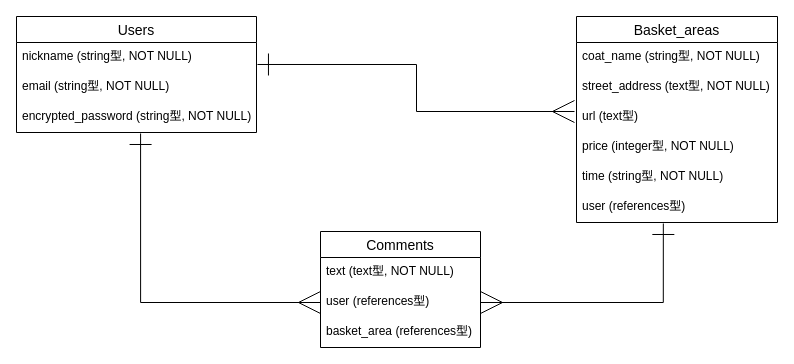
Before: ER.dio in kurage0516/basket-coat-post, a draw.io diagram. Source tidied: cells renumbered, new cells numbered last; positions are measured from the earlier drawing's top-left corner, leaving out a move shared by most shapes. Both pictures are drawn from the tidied source at 100%, with x=0, y=0 at pixel (16, 16).
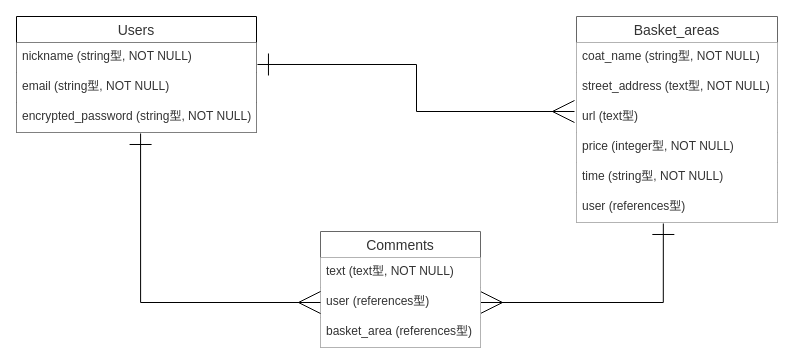
The same page after the edit.

What changed in the source:
```diff
@@
-<mxGraphModel>
+<mxGraphModel background="#ffffff">
   <root>
     <mxCell id="0" />
     <mxCell id="1" parent="0" />
-    <mxCell id="2" style="edgeStyle=orthogonalEdgeStyle;rounded=0;jettySize=auto;html=1;exitX=1.004;exitY=0.733;exitDx=0;exitDy=0;endArrow=ERmany;endFill=0;startArrow=ERone;startFill=0;endSize=20;startSize=20;exitPerimeter=0;entryX=-0.01;entryY=0.3;entryDx=0;entryDy=0;entryPerimeter=0;" parent="1" edge="1" source="4" target="10">
+    <mxCell id="2" style="edgeStyle=orthogonalEdgeStyle;rounded=0;jettySize=auto;html=1;exitX=1.004;exitY=0.733;exitDx=0;exitDy=0;endArrow=ERmany;endFill=0;startArrow=ERone;startFill=0;endSize=20;startSize=20;exitPerimeter=0;entryX=-0.01;entryY=0.3;entryDx=0;entryDy=0;entryPerimeter=0;strokeColor=#000000;" parent="1" edge="1" source="4" target="10">
       <mxGeometry relative="1" as="geometry" />
     </mxCell>
-    <mxCell id="3" value="Users" style="swimlane;fontStyle=0;horizontal=1;startSize=26;align=center;fontSize=14;" parent="1" vertex="1">
+    <mxCell id="3" value="Users" style="swimlane;fontStyle=0;horizontal=1;startSize=26;align=center;fontSize=14;fontColor=#333333;strokeColor=#000000;fillColor=#FFFFFF;" parent="1" vertex="1">
       <mxGeometry width="240" height="116" as="geometry" />
     </mxCell>
-    <mxCell id="4" value="nickname (string型, NOT NULL)" style="text;strokeColor=none;fillColor=none;spacingLeft=4;spacingRight=4;overflow=hidden;points=[[0,0.5],[1,0.5]];portConstraint=eastwest;fontSize=12;" parent="3" vertex="1">
+    <mxCell id="4" value="nickname (string型, NOT NULL)" style="text;spacingLeft=4;spacingRight=4;overflow=hidden;points=[[0,0.5],[1,0.5]];portConstraint=eastwest;fontSize=12;fontColor=#333333;fillColor=#fff;" parent="3" vertex="1">
       <mxGeometry y="26" width="240" height="30" as="geometry" />
     </mxCell>
-    <mxCell id="5" value="email (string型, NOT NULL)" style="text;strokeColor=none;fillColor=none;spacingLeft=4;spacingRight=4;overflow=hidden;fontSize=12;" parent="3" vertex="1">
+    <mxCell id="5" value="email (string型, NOT NULL)" style="text;spacingLeft=4;spacingRight=4;overflow=hidden;fontSize=12;fontColor=#333333;fillColor=#fff;" parent="3" vertex="1">
       <mxGeometry y="56" width="240" height="30" as="geometry" />
     </mxCell>
-    <mxCell id="6" value="encrypted_password (string型, NOT NULL)" style="text;strokeColor=none;fillColor=none;spacingLeft=4;spacingRight=4;overflow=hidden;points=[[0,0.5],[1,0.5]];portConstraint=eastwest;fontSize=12;" parent="3" vertex="1">
+    <mxCell id="6" value="encrypted_password (string型, NOT NULL)" style="text;spacingLeft=4;spacingRight=4;overflow=hidden;points=[[0,0.5],[1,0.5]];portConstraint=eastwest;fontSize=12;fontColor=#333333;fillColor=#fff;" parent="3" vertex="1">
       <mxGeometry y="86" width="240" height="30" as="geometry" />
     </mxCell>
-    <mxCell id="7" value="Basket_areas" style="swimlane;fontStyle=0;horizontal=1;startSize=26;align=center;fontSize=14;" parent="1" vertex="1">
+    <mxCell id="7" value="Basket_areas" style="swimlane;fontStyle=0;horizontal=1;startSize=26;align=center;fontSize=14;strokeColor=#666666;fontColor=#333333;fillColor=#fff;" parent="1" vertex="1">
       <mxGeometry x="560" width="201" height="206" as="geometry" />
     </mxCell>
-    <mxCell id="8" value="coat_name (string型, NOT NULL)" style="text;strokeColor=none;fillColor=none;spacingLeft=4;spacingRight=4;overflow=hidden;fontSize=12;" parent="7" vertex="1">
+    <mxCell id="8" value="coat_name (string型, NOT NULL)" style="text;spacingLeft=4;spacingRight=4;overflow=hidden;fontSize=12;fontColor=#333333;fillColor=#fff;" parent="7" vertex="1">
       <mxGeometry y="26" width="201" height="30" as="geometry" />
     </mxCell>
-    <mxCell id="9" value="street_address (text型, NOT NULL)" style="text;strokeColor=none;fillColor=none;spacingLeft=4;spacingRight=4;overflow=hidden;fontSize=12;" parent="7" vertex="1">
+    <mxCell id="9" value="street_address (text型, NOT NULL)" style="text;spacingLeft=4;spacingRight=4;overflow=hidden;fontSize=12;fontColor=#333333;fillColor=#fff;" parent="7" vertex="1">
       <mxGeometry y="56" width="201" height="30" as="geometry" />
     </mxCell>
-    <mxCell id="10" value="url (text型)" style="text;strokeColor=none;fillColor=none;spacingLeft=4;spacingRight=4;overflow=hidden;points=[[0,0.5],[1,0.5]];portConstraint=eastwest;fontSize=12;" parent="7" vertex="1">
+    <mxCell id="10" value="url (text型)" style="text;spacingLeft=4;spacingRight=4;overflow=hidden;points=[[0,0.5],[1,0.5]];portConstraint=eastwest;fontSize=12;fontColor=#333333;fillColor=#fff;" parent="7" vertex="1">
       <mxGeometry y="86" width="201" height="30" as="geometry" />
     </mxCell>
-    <mxCell id="11" value="price (integer型, NOT NULL)" style="text;strokeColor=none;fillColor=none;spacingLeft=4;spacingRight=4;overflow=hidden;fontSize=12;" parent="7" vertex="1">
+    <mxCell id="11" value="price (integer型, NOT NULL)" style="text;spacingLeft=4;spacingRight=4;overflow=hidden;fontSize=12;fontColor=#333333;fillColor=#fff;" parent="7" vertex="1">
       <mxGeometry y="116" width="201" height="30" as="geometry" />
     </mxCell>
-    <mxCell id="12" value="time (string型, NOT NULL)" style="text;strokeColor=none;fillColor=none;spacingLeft=4;spacingRight=4;overflow=hidden;fontSize=12;" parent="7" vertex="1">
+    <mxCell id="12" value="time (string型, NOT NULL)" style="text;spacingLeft=4;spacingRight=4;overflow=hidden;fontSize=12;fontColor=#333333;fillColor=#fff;" parent="7" vertex="1">
       <mxGeometry y="146" width="201" height="30" as="geometry" />
     </mxCell>
-    <mxCell id="13" value="user (references型)" style="text;strokeColor=none;fillColor=none;spacingLeft=4;spacingRight=4;overflow=hidden;points=[[0,0.5],[1,0.5]];portConstraint=eastwest;fontSize=12;" parent="7" vertex="1">
+    <mxCell id="13" value="user (references型)" style="text;spacingLeft=4;spacingRight=4;overflow=hidden;points=[[0,0.5],[1,0.5]];portConstraint=eastwest;fontSize=12;fontColor=#333333;fillColor=#fff;" parent="7" vertex="1">
       <mxGeometry y="176" width="201" height="30" as="geometry" />
     </mxCell>
-    <mxCell id="14" style="edgeStyle=orthogonalEdgeStyle;rounded=0;jettySize=auto;html=1;exitX=1;exitY=0.5;exitDx=0;exitDy=0;entryX=0.432;entryY=1.033;entryDx=0;entryDy=0;entryPerimeter=0;startArrow=ERmany;startFill=0;startSize=20;endArrow=ERone;endFill=0;endSize=20;" parent="1" edge="1" source="17" target="13">
+    <mxCell id="14" style="edgeStyle=orthogonalEdgeStyle;rounded=0;jettySize=auto;html=1;exitX=1;exitY=0.5;exitDx=0;exitDy=0;entryX=0.432;entryY=1.033;entryDx=0;entryDy=0;entryPerimeter=0;startArrow=ERmany;startFill=0;startSize=20;endArrow=ERone;endFill=0;endSize=20;strokeColor=#000000;" parent="1" edge="1" source="17" target="13">
       <mxGeometry relative="1" as="geometry" />
     </mxCell>
-    <mxCell id="15" value="Comments" style="swimlane;fontStyle=0;horizontal=1;startSize=26;align=center;fontSize=14;" parent="1" vertex="1">
+    <mxCell id="15" value="Comments" style="swimlane;fontStyle=0;horizontal=1;startSize=26;align=center;fontSize=14;fontColor=#333333;strokeColor=#666666;fillColor=#fff;" parent="1" vertex="1">
       <mxGeometry x="304" y="215" width="160" height="116" as="geometry" />
     </mxCell>
-    <mxCell id="16" value="text (text型, NOT NULL)" style="text;strokeColor=none;fillColor=none;spacingLeft=4;spacingRight=4;overflow=hidden;fontSize=12;" parent="15" vertex="1">
+    <mxCell id="16" value="text (text型, NOT NULL)" style="text;spacingLeft=4;spacingRight=4;overflow=hidden;fontSize=12;fontColor=#333333;fillColor=#fff;" parent="15" vertex="1">
       <mxGeometry y="26" width="160" height="30" as="geometry" />
     </mxCell>
-    <mxCell id="17" value="user (references型)" style="text;strokeColor=none;fillColor=none;spacingLeft=4;spacingRight=4;overflow=hidden;points=[[0,0.5],[1,0.5]];portConstraint=eastwest;fontSize=12;" parent="15" vertex="1">
+    <mxCell id="17" value="user (references型)" style="text;spacingLeft=4;spacingRight=4;overflow=hidden;points=[[0,0.5],[1,0.5]];portConstraint=eastwest;fontSize=12;fontColor=#333333;fillColor=#fff;" parent="15" vertex="1">
       <mxGeometry y="56" width="160" height="30" as="geometry" />
     </mxCell>
-    <mxCell id="18" value="basket_area (references型)" style="text;strokeColor=none;fillColor=none;spacingLeft=4;spacingRight=4;overflow=hidden;fontSize=12;" parent="15" vertex="1">
+    <mxCell id="18" value="basket_area (references型)" style="text;spacingLeft=4;spacingRight=4;overflow=hidden;fontSize=12;fontColor=#333333;fillColor=#fff;" parent="15" vertex="1">
       <mxGeometry y="86" width="160" height="30" as="geometry" />
     </mxCell>
-    <mxCell id="19" style="edgeStyle=orthogonalEdgeStyle;rounded=0;jettySize=auto;html=1;exitX=0;exitY=0.5;exitDx=0;exitDy=0;startArrow=ERmany;startFill=0;startSize=20;endArrow=ERone;endFill=0;endSize=20;entryX=0.517;entryY=1.033;entryDx=0;entryDy=0;entryPerimeter=0;" parent="1" edge="1" source="17" target="6">
+    <mxCell id="19" style="edgeStyle=orthogonalEdgeStyle;rounded=0;jettySize=auto;html=1;exitX=0;exitY=0.5;exitDx=0;exitDy=0;startArrow=ERmany;startFill=0;startSize=20;endArrow=ERone;endFill=0;endSize=20;entryX=0.517;entryY=1.033;entryDx=0;entryDy=0;entryPerimeter=0;strokeColor=#000000;" parent="1" edge="1" source="17" target="6">
       <mxGeometry relative="1" as="geometry" />
     </mxCell>
   </root>
 </mxGraphModel>
```
